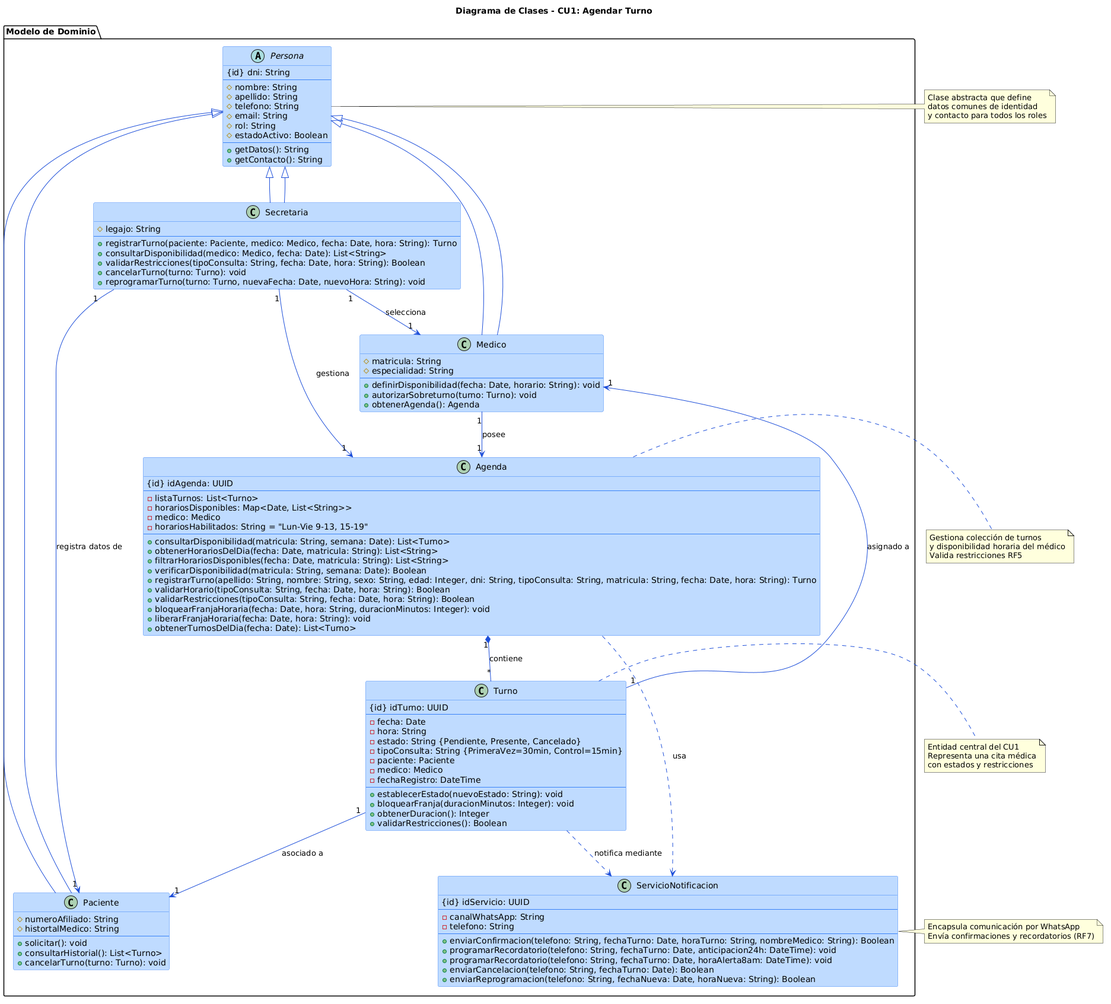
Above: diagramas/01-diagrama-clases/01-clases-agendar-turno-01.png in angelgc9107-lgtm/SistemaTurnosMedicos_GP6 (PlantUML), before the change.
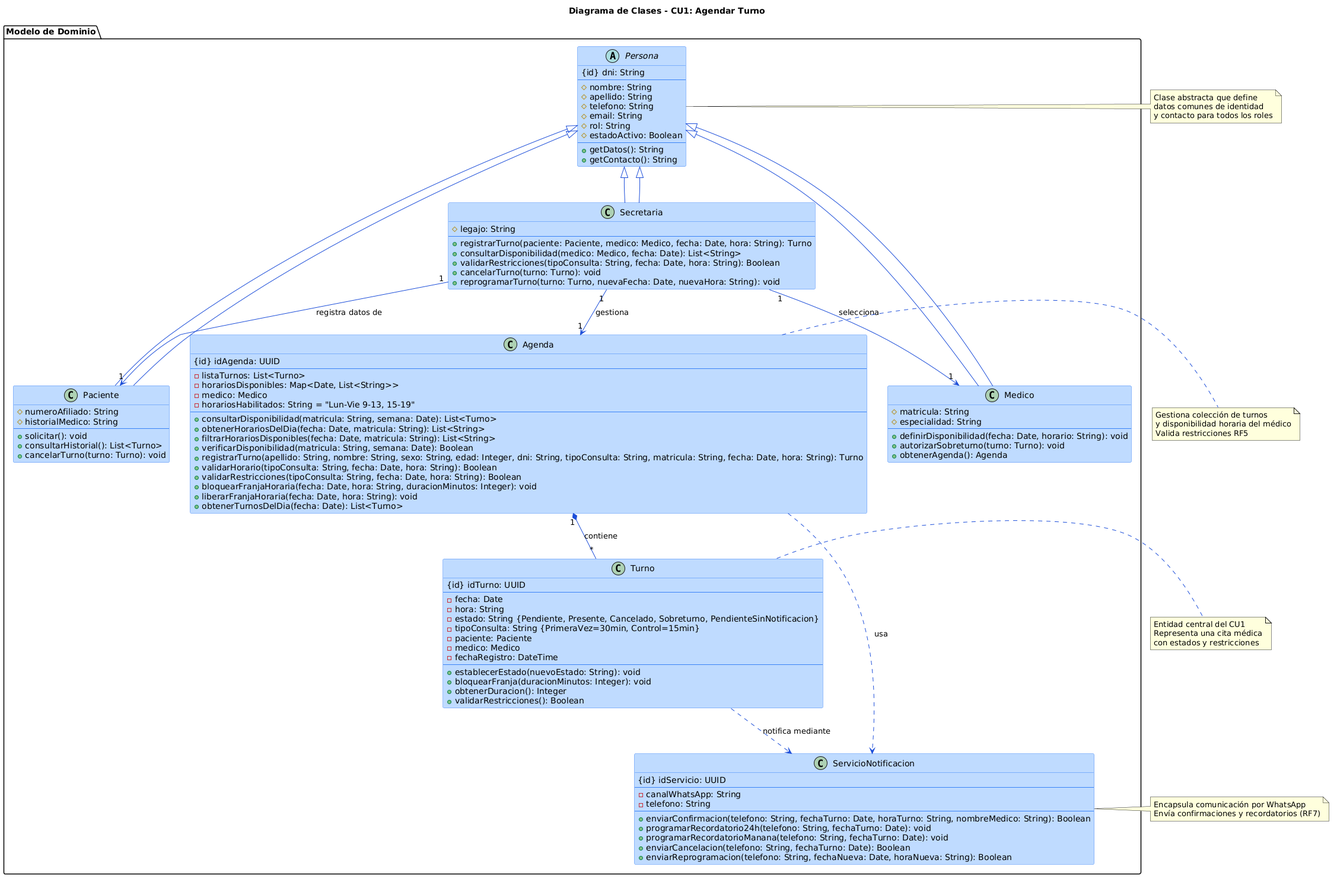
Later version of the same file.

What changed in the source:
```diff
@@ -30,7 +30,7 @@
 
     class Paciente extends Persona {
         # numeroAfiliado: String
-        # histortalMedico: String
+        # historialMedico: String
         --
         + solicitar(): void
         + consultarHistorial(): List<Turno>
@@ -53,7 +53,7 @@
         + consultarDisponibilidad(medico: Medico, fecha: Date): List<String>
         + validarRestricciones(tipoConsulta: String, fecha: Date, hora: String): Boolean
         + cancelarTurno(turno: Turno): void
-        + reprogramarTurno(turno: Turno, nuevaFecha: Date, nuevoHora: String): void
+        + reprogramarTurno(turno: Turno, nuevaFecha: Date, nuevaHora: String): void
     }
 
     class Turno {
@@ -61,7 +61,7 @@
         --
         - fecha: Date
         - hora: String
-        - estado: String {Pendiente, Presente, Cancelado}
+        - estado: String {Pendiente, Presente, Cancelado, Sobreturno, PendienteSinNotificacion}
         - tipoConsulta: String {PrimeraVez=30min, Control=15min}
         - paciente: Paciente
         - medico: Medico
@@ -100,8 +100,8 @@
         - telefono: String
         --
         + enviarConfirmacion(telefono: String, fechaTurno: Date, horaTurno: String, nombreMedico: String): Boolean
-        + programarRecordatorio(telefono: String, fechaTurno: Date, anticipacion24h: DateTime): void
-        + programarRecordatorio(telefono: String, fechaTurno: Date, horaAlerta8am: DateTime): void
+        + programarRecordatorio24h(telefono: String, fechaTurno: Date): void
+        + programarRecordatorioManana(telefono: String, fechaTurno: Date): void
         + enviarCancelacion(telefono: String, fechaTurno: Date): Boolean
         + enviarReprogramacion(telefono: String, fechaNueva: Date, horaNueva: String): Boolean
     }
@@ -112,14 +112,10 @@
     Persona <|-- Secretaria
 
     Secretaria "1" --> "1" Agenda : gestiona
-    Medico "1" --> "1" Agenda : posee
     Secretaria "1" --> "1" Paciente : registra datos de
     Secretaria "1" --> "1" Medico : selecciona
 
     Agenda "1" *-- "*" Turno : contiene
-
-    Turno "1" --> "1" Paciente : asociado a
-    Turno "1" --> "1" Medico : asignado a
 
     Agenda ..> ServicioNotificacion : usa
     Turno ..> ServicioNotificacion : notifica mediante
```
